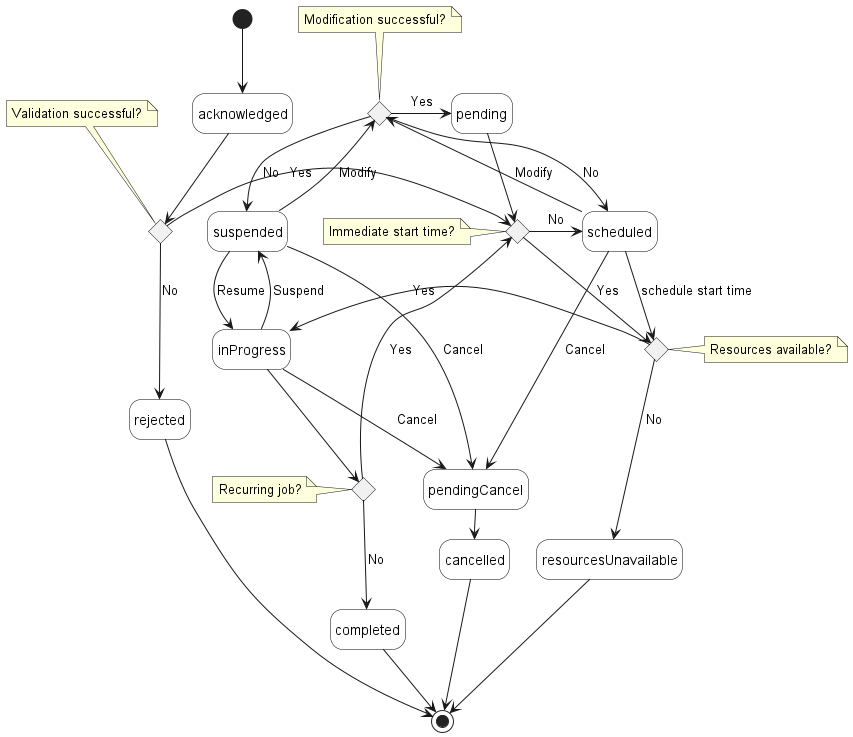
The PlantUML diagram documentation/serviceApi/pm/performance/media/performanceJobStates.png in MEF-GIT/MEF-LSO-Legato-SDK, before a commit.
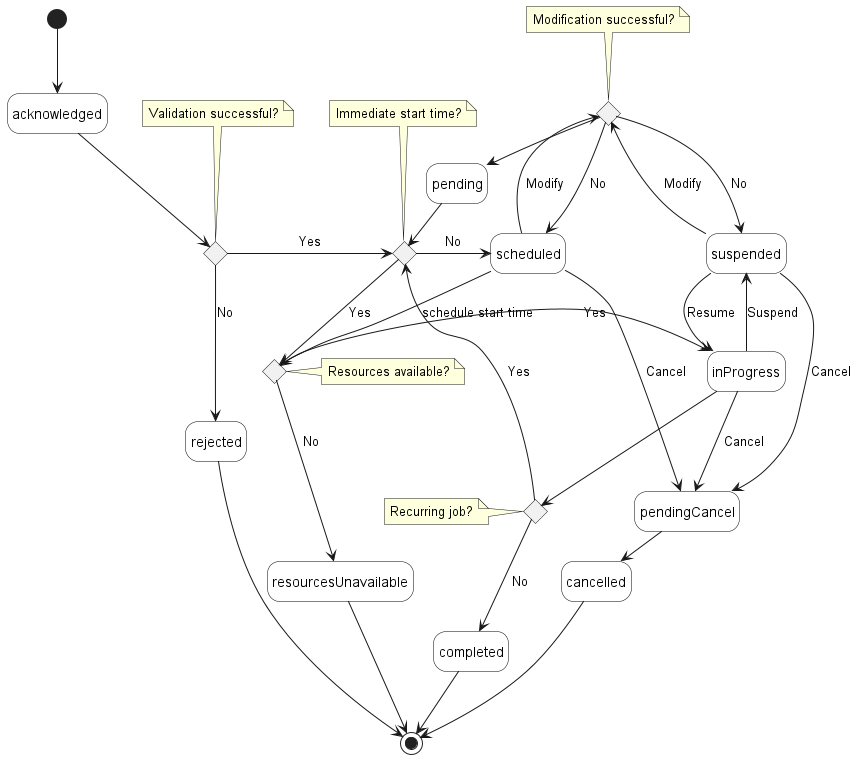
The same diagram one commit later.

The edit, as a diff of the source:
```diff
@@ -10,7 +10,7 @@
  note top of validation_successful : Validation successful?
 
 state immediate <<choice>>
- note left of immediate : Immediate start time?
+ note top of immediate : Immediate start time?
 
 state modification <<choice>>
  note top of modification : Modification successful?
@@ -38,9 +38,9 @@
 scheduled -d-> pending_cancel: Cancel
 scheduled -d-> resources: schedule start time
 resources -d-> resource_unavailable: No
-resources -l-> in_progress: Yes
+resources -r-> in_progress: Yes
 
-immediate -d-> resources: Yes
+immediate -r-> resources: Yes
 in_progress -d-> recurring
 recurring -d-> completed: No
 recurring -u-> immediate: Yes
@@ -61,7 +61,7 @@
 
 modification -r-> pending: Yes
 
-pending -d-> immediate
+pending -r-> immediate
 
 rejected -d-> [*]
 completed -d-> [*]
```
